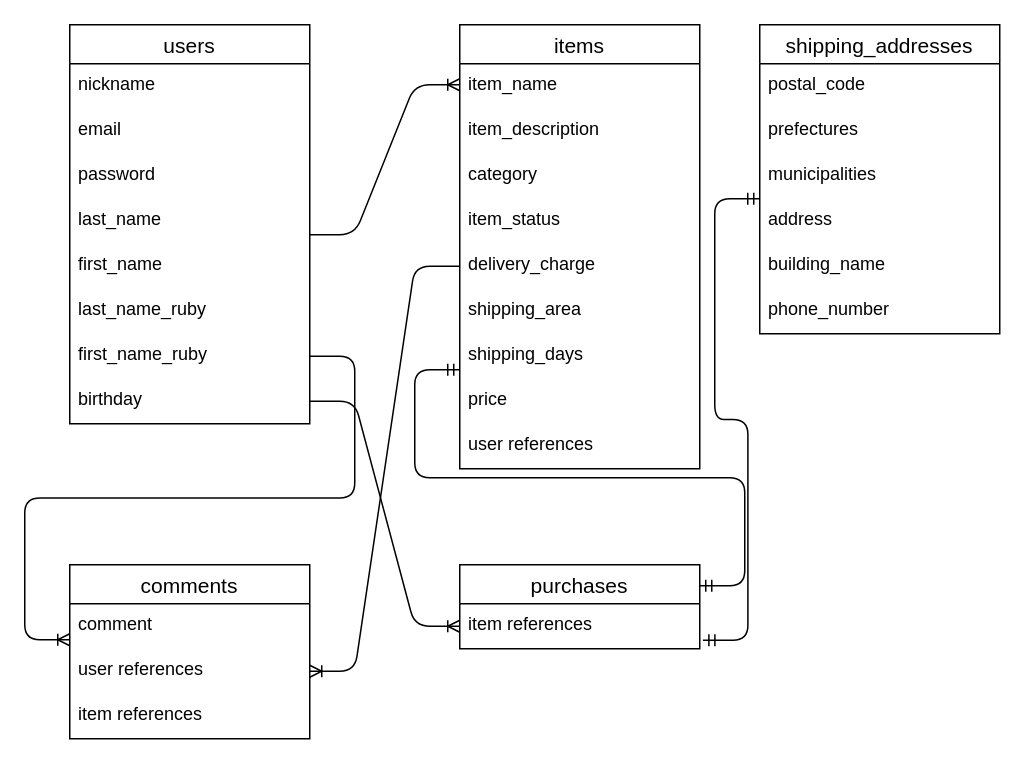
Before: furima.dio in kenta-1207/furima-34344, a draw.io diagram. Source tidied: cells renumbered, new cells numbered last; positions are measured from the earlier drawing's top-left corner, leaving out a move shared by most shapes. Both pictures are drawn from the tidied source at 150%, with x=0, y=0 at pixel (69, 24).
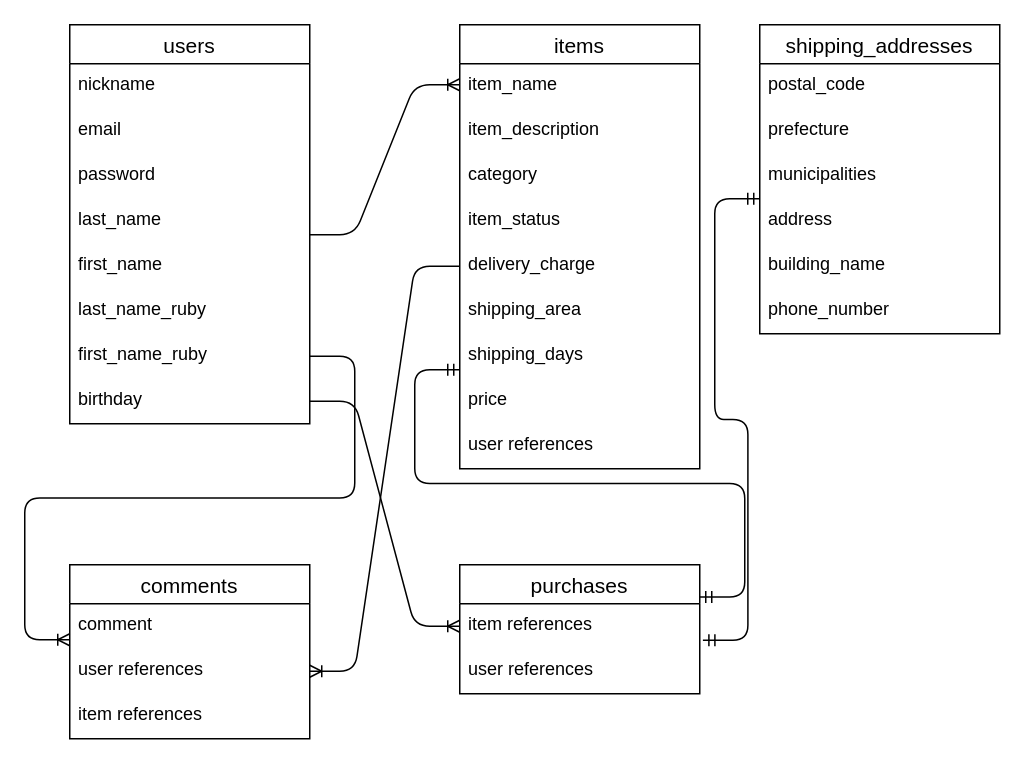
After the change.

Commit message (it also covers changes not shown here):
指摘箇所再々修正

The change refers to these unchanged cells:
```xml
<mxCell id="24" value="shipping_addresses" style="swimlane;fontStyle=0;horizontal=1;startSize=26;align=center;fontSize=14;" parent="1" vertex="1">
  <mxGeometry x="460" width="160" height="206" as="geometry" />
</mxCell>
```

The edit, as a diff of the source:
```diff
@@
     <mxCell id="22" value="purchases" style="swimlane;fontStyle=0;horizontal=1;startSize=26;align=center;fontSize=14;" parent="1" vertex="1">
-      <mxGeometry x="260" y="360" width="160" height="56" as="geometry" />
+      <mxGeometry x="260" y="360" width="160" height="86" as="geometry" />
     </mxCell>
@@
+    <mxCell id="40" value="user references" style="text;strokeColor=none;fillColor=none;spacingLeft=4;spacingRight=4;overflow=hidden;fontSize=12;" parent="22" vertex="1">
+      <mxGeometry y="56" width="160" height="30" as="geometry" />
+    </mxCell>
@@
-    <mxCell id="26" value="prefectures" style="text;strokeColor=none;fillColor=none;spacingLeft=4;spacingRight=4;overflow=hidden;fontSize=12;" parent="24" vertex="1">
+    <mxCell id="26" value="prefecture" style="text;strokeColor=none;fillColor=none;spacingLeft=4;spacingRight=4;overflow=hidden;fontSize=12;" parent="24" vertex="1">
       <mxGeometry y="56" width="160" height="30" as="geometry" />
     </mxCell>
```
